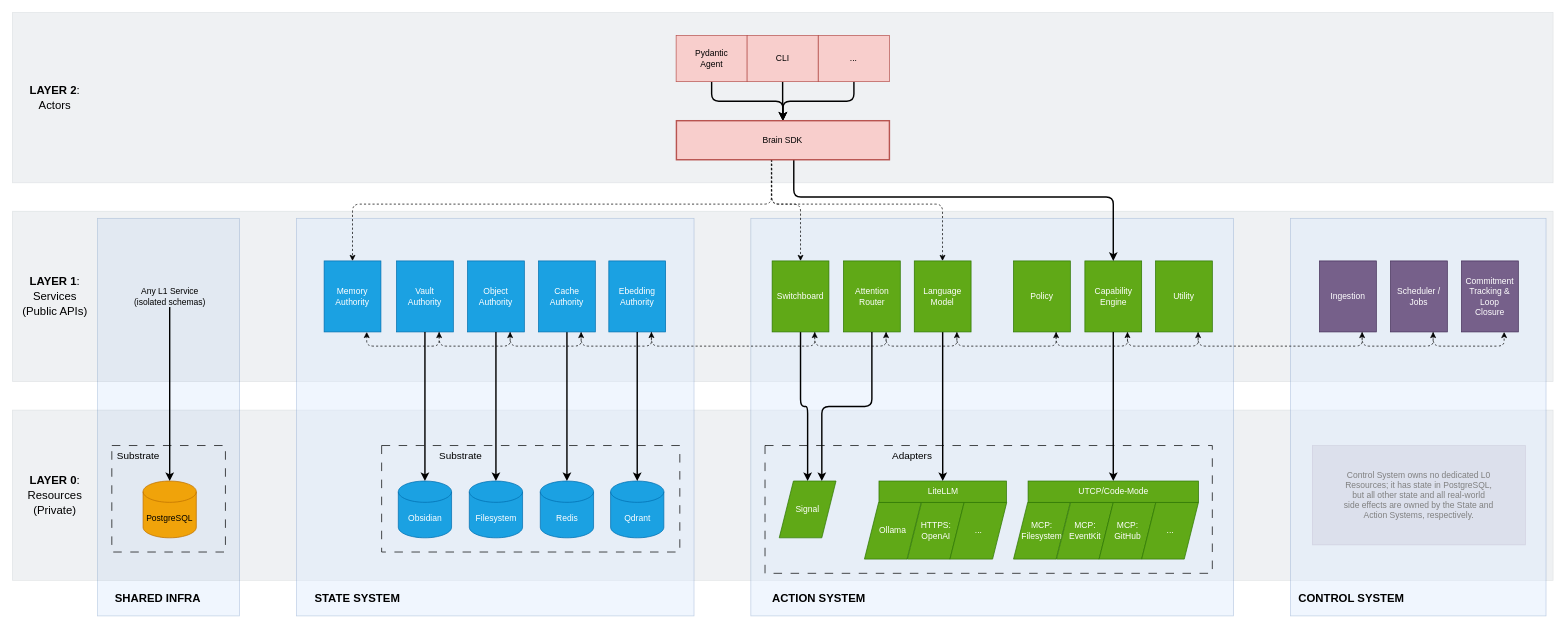
This is page "boundaries-and-responsibilities" (4 of 4) of img/diagrams.drawio from cmtonkinson/brain, a draw.io file, before an edit. Source tidied: cells renumbered, new cells numbered last; positions are measured from the earlier drawing's top-left corner, leaving out a move shared by most shapes. Both pictures are drawn from the tidied source at 71%, with x=0, y=0 at pixel (12, 12).
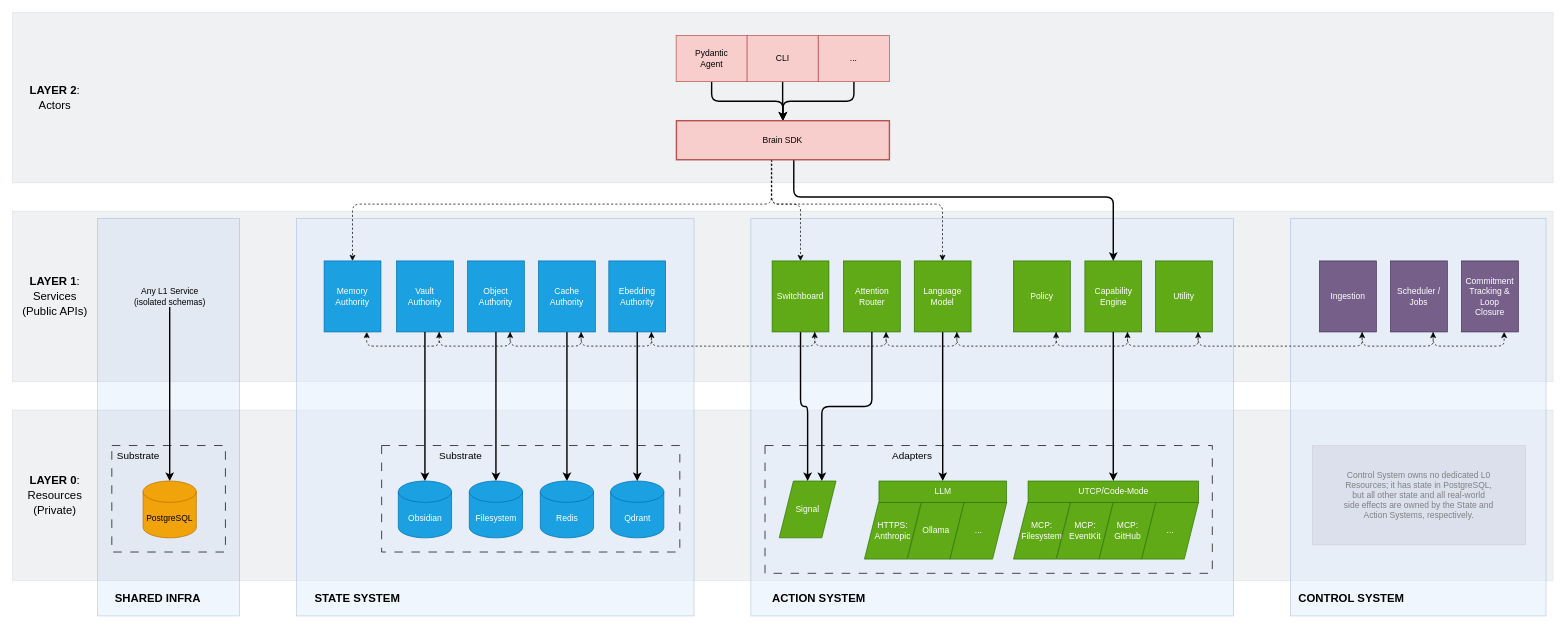
Above is the later version.

Unchanged cells that the change refers to:
```xml
<mxCell id="72" style="group;" parent="71" vertex="1">
  <mxGeometry width="260.5" height="110" as="geometry" />
</mxCell>
```

Change to the diagram source:
```diff
@@
-    <mxCell id="73" value="Ollama" style="shape=parallelogram;perimeter=parallelogramPerimeter;whiteSpace=wrap;html=1;fixedSize=1;fillColor=#60a917;strokeColor=#2D7600;fontColor=#ffffff;" parent="72" vertex="1">
+    <mxCell id="73" value="HTTPS:&lt;br&gt;Anthropic" style="shape=parallelogram;perimeter=parallelogramPerimeter;whiteSpace=wrap;html=1;fixedSize=1;fillColor=#60a917;strokeColor=#2D7600;fontColor=#ffffff;" parent="72" vertex="1">
       <mxGeometry x="160" y="30" width="80" height="80" as="geometry" />
     </mxCell>
-    <mxCell id="74" value="HTTPS:&lt;br&gt;OpenAI" style="shape=parallelogram;perimeter=parallelogramPerimeter;whiteSpace=wrap;html=1;fixedSize=1;fillColor=#60a917;strokeColor=#2D7600;fontColor=#ffffff;" parent="72" vertex="1">
+    <mxCell id="74" value="Ollama" style="shape=parallelogram;perimeter=parallelogramPerimeter;whiteSpace=wrap;html=1;fixedSize=1;fillColor=#60a917;strokeColor=#2D7600;fontColor=#ffffff;" parent="72" vertex="1">
       <mxGeometry x="220.5" y="30" width="80" height="80" as="geometry" />
     </mxCell>
@@
-    <mxCell id="76" value="LiteLLM" style="rounded=0;whiteSpace=wrap;html=1;fillColor=#60a917;fontColor=#ffffff;strokeColor=#2D7600;" parent="72" vertex="1">
+    <mxCell id="76" value="LLM" style="rounded=0;whiteSpace=wrap;html=1;fillColor=#60a917;fontColor=#ffffff;strokeColor=#2D7600;" parent="72" vertex="1">
       <mxGeometry x="180.5" width="179.5" height="30" as="geometry" />
     </mxCell>
```
